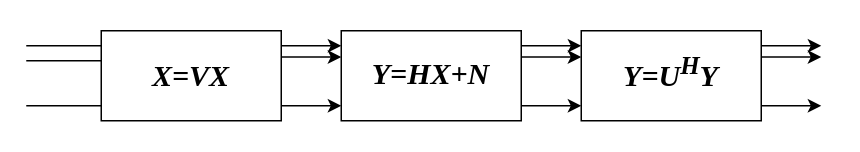
Earlier version of the draw.io diagram Diagram1.drawio (jianjian-AI/Hello-Github). Source tidied: cells renumbered, new cells numbered last; positions are measured from the earlier drawing's top-left corner, leaving out a move shared by most shapes. Both pictures are drawn from the tidied source at 150%, with x=0, y=0 at pixel (26, 30).
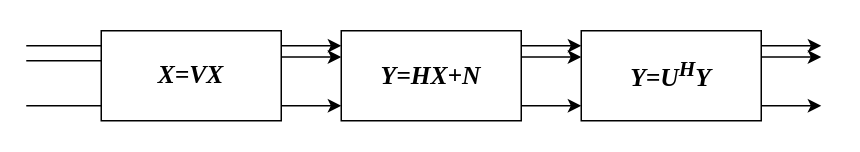
The same diagram, later.

The edit, as a diff of the source:
```diff
@@
-    <mxCell id="3" value="&lt;h2&gt;&lt;font style=&quot;font-size: 20px&quot;&gt;X=VX&lt;/font&gt;&lt;/h2&gt;" style="text;html=1;strokeColor=none;fillColor=none;align=center;verticalAlign=middle;whiteSpace=wrap;rounded=0;fontFamily=Times New Roman;fontStyle=3;fontSize=12;" parent="1" vertex="1">
+    <mxCell id="3" value="&lt;pre&gt;&lt;font face=&quot;Times New Roman&quot; style=&quot;font-size: 17px;&quot;&gt;X=VX&lt;/font&gt;&lt;/pre&gt;" style="text;html=1;strokeColor=none;fillColor=none;align=center;verticalAlign=middle;whiteSpace=wrap;rounded=0;fontFamily=Times New Roman;fontStyle=3;fontSize=12;" parent="1" vertex="1">
       <mxGeometry x="75" y="17.5" width="70" height="25" as="geometry" />
     </mxCell>
@@
-    <mxCell id="8" value="&lt;i&gt;&lt;b&gt;Y=HX+N&lt;/b&gt;&lt;/i&gt;" style="text;html=1;strokeColor=none;fillColor=none;align=center;verticalAlign=middle;whiteSpace=wrap;rounded=0;fontFamily=Times New Roman;fontSize=20;" parent="1" vertex="1">
-      <mxGeometry x="240" y="12.5" width="60" height="30" as="geometry" />
+    <mxCell id="8" value="&lt;pre&gt;&lt;i&gt;&lt;b&gt;&lt;font style=&quot;font-size: 17px;&quot; face=&quot;Times New Roman&quot;&gt;Y=HX+N&lt;/font&gt;&lt;/b&gt;&lt;/i&gt;&lt;/pre&gt;" style="text;html=1;strokeColor=none;fillColor=none;align=center;verticalAlign=middle;whiteSpace=wrap;rounded=0;fontFamily=Times New Roman;fontSize=20;" parent="1" vertex="1">
+      <mxGeometry x="240" y="15" width="60" height="30" as="geometry" />
     </mxCell>
@@
-    <mxCell id="13" value="&lt;i&gt;&lt;b&gt;Y=U&lt;sup&gt;H&lt;/sup&gt;Y&lt;/b&gt;&lt;/i&gt;" style="text;html=1;strokeColor=none;fillColor=none;align=center;verticalAlign=middle;whiteSpace=wrap;rounded=0;fontFamily=Times New Roman;fontSize=20;" parent="1" vertex="1">
-      <mxGeometry x="400" y="12.5" width="60" height="30" as="geometry" />
+    <mxCell id="13" value="&lt;pre&gt;&lt;i&gt;&lt;b style=&quot;font-size: 17px;&quot;&gt;&lt;font style=&quot;font-size: 17px;&quot; face=&quot;Times New Roman&quot;&gt;Y=U&lt;sup&gt;H&lt;/sup&gt;Y&lt;/font&gt;&lt;/b&gt;&lt;/i&gt;&lt;/pre&gt;" style="text;html=1;strokeColor=none;fillColor=none;align=center;verticalAlign=middle;whiteSpace=wrap;rounded=0;fontFamily=Times New Roman;fontSize=20;" parent="1" vertex="1">
+      <mxGeometry x="400" y="15" width="60" height="30" as="geometry" />
     </mxCell>
```
